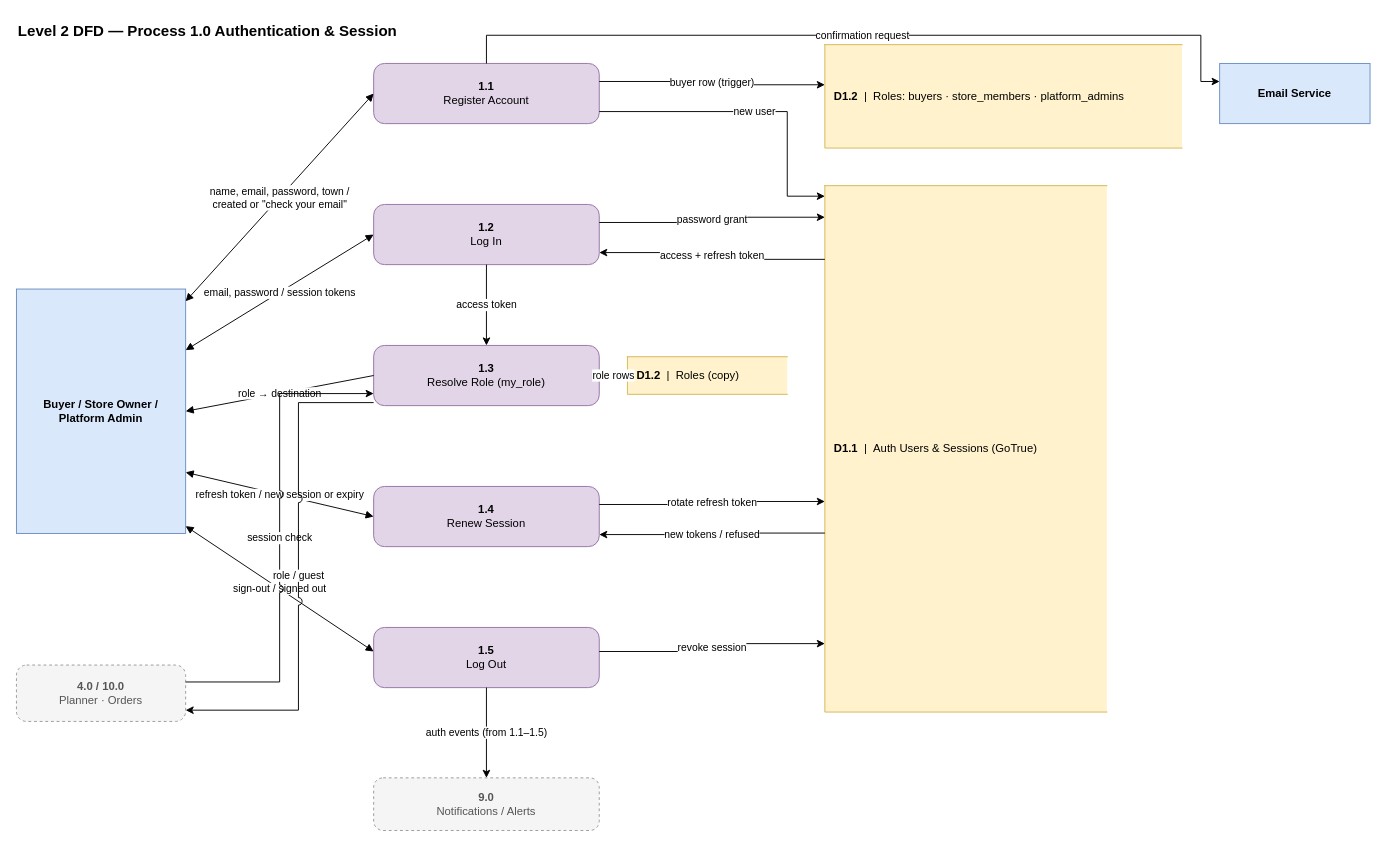
The draw.io diagram page "Level 2 — 1.0 Authentication & Session" (3 of 10) of docs/FURNISHAR-DFD-V2.drawio in Kenji0000X/FurnishAR.v1, before the edit. Source tidied: cells renumbered, new cells numbered last; positions are measured from the earlier drawing's top-left corner, leaving out a move shared by most shapes. Both pictures are drawn from the tidied source at 94%, with x=0, y=0 at pixel (16, 16).
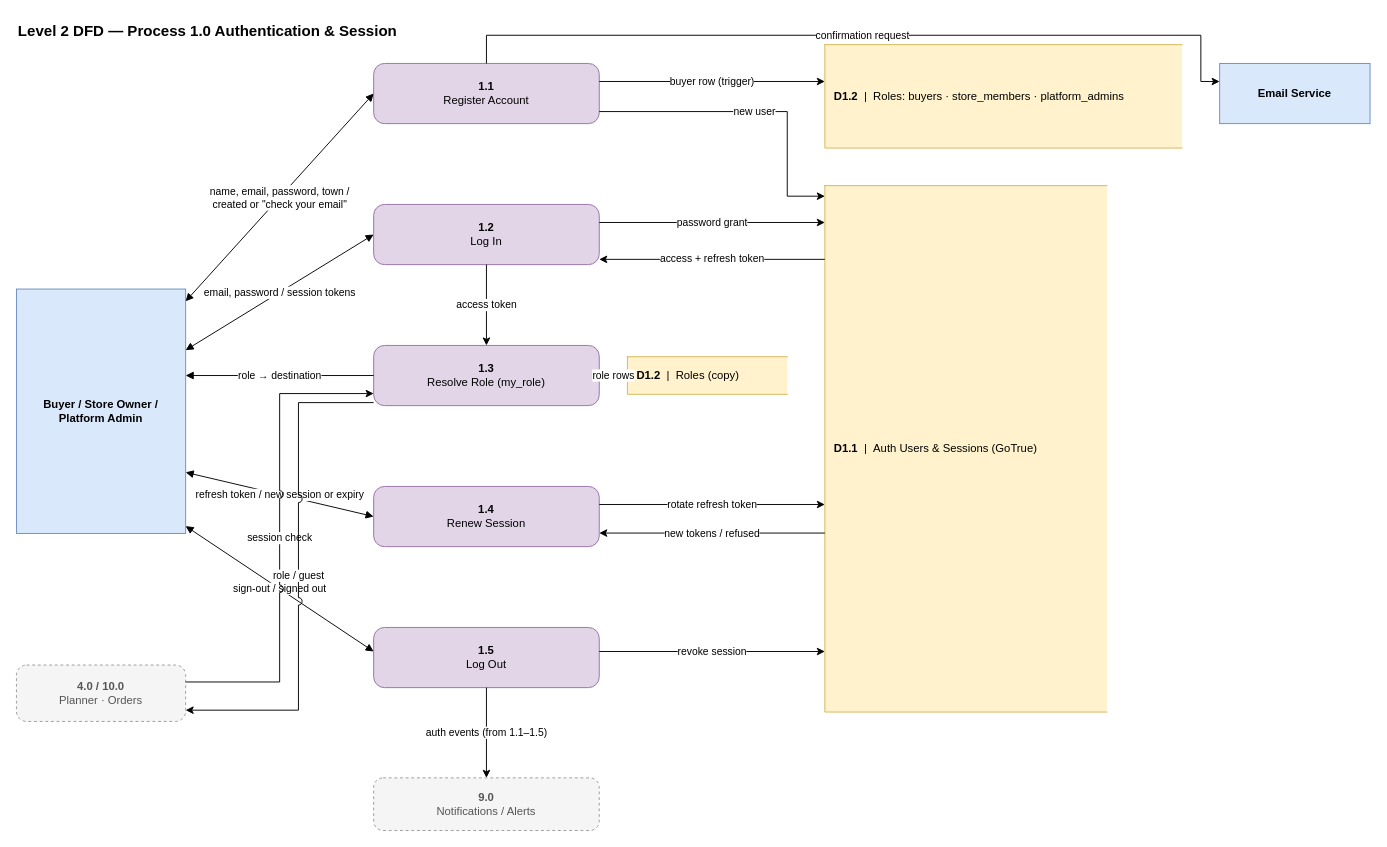
The same diagram, later.

Unchanged cells that the change refers to:
```xml
<mxCell id="3" value="Buyer / Store Owner /&lt;br&gt;Platform Admin" style="rounded=0;whiteSpace=wrap;html=1;fillColor=#dae8fc;strokeColor=#6c8ebf;fontStyle=1;" parent="1" vertex="1">
  <mxGeometry y="290" width="180" height="260" as="geometry" />
</mxCell>
<mxCell id="7" value="&lt;b&gt;1.1&lt;/b&gt;&lt;br&gt;Register Account" style="rounded=1;whiteSpace=wrap;html=1;fillColor=#e1d5e7;strokeColor=#9673a6;arcSize=18;" parent="1" vertex="1">
  <mxGeometry x="380" y="50" width="240" height="64" as="geometry" />
</mxCell>
<mxCell id="8" value="&lt;b&gt;1.2&lt;/b&gt;&lt;br&gt;Log In" style="rounded=1;whiteSpace=wrap;html=1;fillColor=#e1d5e7;strokeColor=#9673a6;arcSize=18;" parent="1" vertex="1">
  <mxGeometry x="380" y="200" width="240" height="64" as="geometry" />
</mxCell>
<mxCell id="9" value="&lt;b&gt;1.3&lt;/b&gt;&lt;br&gt;Resolve Role (my_role)" style="rounded=1;whiteSpace=wrap;html=1;fillColor=#e1d5e7;strokeColor=#9673a6;arcSize=18;" parent="1" vertex="1">
  <mxGeometry x="380" y="350" width="240" height="64" as="geometry" />
</mxCell>
<mxCell id="10" value="&lt;b&gt;1.4&lt;/b&gt;&lt;br&gt;Renew Session" style="rounded=1;whiteSpace=wrap;html=1;fillColor=#e1d5e7;strokeColor=#9673a6;arcSize=18;" parent="1" vertex="1">
  <mxGeometry x="380" y="500" width="240" height="64" as="geometry" />
</mxCell>
<mxCell id="11" value="&lt;b&gt;1.5&lt;/b&gt;&lt;br&gt;Log Out" style="rounded=1;whiteSpace=wrap;html=1;fillColor=#e1d5e7;strokeColor=#9673a6;arcSize=18;" parent="1" vertex="1">
  <mxGeometry x="380" y="650" width="240" height="64" as="geometry" />
</mxCell>
<mxCell id="12" value="&lt;b&gt;D1.1&lt;/b&gt;&amp;nbsp;&amp;nbsp;|&amp;nbsp;&amp;nbsp;Auth Users &amp;amp; Sessions (GoTrue)" style="shape=partialRectangle;whiteSpace=wrap;html=1;right=0;fillColor=#fff2cc;strokeColor=#d6b656;align=left;spacingLeft=8;" parent="1" vertex="1">
  <mxGeometry x="860" y="180" width="300" height="560" as="geometry" />
</mxCell>
<mxCell id="13" value="&lt;b&gt;D1.2&lt;/b&gt;&amp;nbsp;&amp;nbsp;|&amp;nbsp;&amp;nbsp;Roles: buyers · store_members · platform_admins" style="shape=partialRectangle;whiteSpace=wrap;html=1;right=0;fillColor=#fff2cc;strokeColor=#d6b656;align=left;spacingLeft=8;" parent="1" vertex="1">
  <mxGeometry x="860" y="30" width="380" height="110" as="geometry" />
</mxCell>
```

Diff of the diagram source:
```diff
@@
-    <mxCell id="17" value="role → destination" style="rounded=0;html=1;fontSize=11;labelBackgroundColor=#ffffff;endArrow=block;endFill=1;exitX=0;exitY=0.5;exitDx=0;exitDy=0;entryX=1;entryY=0.5;entryDx=0;entryDy=0;" parent="1" edge="1" source="9" target="3">
+    <mxCell id="17" value="role → destination" style="rounded=0;html=1;fontSize=11;labelBackgroundColor=#ffffff;endArrow=block;endFill=1;exitX=0;exitY=0.5;exitDx=0;exitDy=0;entryX=1;entryY=0.3538;entryDx=0;entryDy=0;" parent="1" edge="1" source="9" target="3">
       <mxGeometry relative="1" as="geometry" />
     </mxCell>
@@
-    <mxCell id="20" value="buyer row (trigger)" style="edgeStyle=orthogonalEdgeStyle;rounded=0;jettySize=auto;html=1;fontSize=11;labelBackgroundColor=#ffffff;jumpStyle=arc;jumpSize=8;exitX=1;exitY=0.3;exitDx=0;exitDy=0;entryX=0;entryY=0.388;entryDx=0;entryDy=0;" parent="1" edge="1" source="7" target="13">
+    <mxCell id="20" value="buyer row (trigger)" style="edgeStyle=orthogonalEdgeStyle;rounded=0;jettySize=auto;html=1;fontSize=11;labelBackgroundColor=#ffffff;jumpStyle=arc;jumpSize=8;exitX=1;exitY=0.3;exitDx=0;exitDy=0;entryX=0;entryY=0.3564;entryDx=0;entryDy=0;" parent="1" edge="1" source="7" target="13">
       <mxGeometry relative="1" as="geometry" />
     </mxCell>
@@
-    <mxCell id="23" value="password grant" style="edgeStyle=orthogonalEdgeStyle;rounded=0;jettySize=auto;html=1;fontSize=11;labelBackgroundColor=#ffffff;jumpStyle=arc;jumpSize=8;exitX=1;exitY=0.3;exitDx=0;exitDy=0;entryX=0;entryY=0.06;entryDx=0;entryDy=0;" parent="1" edge="1" source="8" target="12">
+    <mxCell id="23" value="password grant" style="edgeStyle=orthogonalEdgeStyle;rounded=0;jettySize=auto;html=1;fontSize=11;labelBackgroundColor=#ffffff;jumpStyle=arc;jumpSize=8;exitX=1;exitY=0.3;exitDx=0;exitDy=0;entryX=0;entryY=0.07;entryDx=0;entryDy=0;" parent="1" edge="1" source="8" target="12">
       <mxGeometry relative="1" as="geometry" />
     </mxCell>
-    <mxCell id="24" value="access + refresh token" style="edgeStyle=orthogonalEdgeStyle;rounded=0;jettySize=auto;html=1;fontSize=11;labelBackgroundColor=#ffffff;jumpStyle=arc;jumpSize=8;exitX=0;exitY=0.14;exitDx=0;exitDy=0;entryX=1;entryY=0.8;entryDx=0;entryDy=0;" parent="1" edge="1" source="12" target="8">
+    <mxCell id="24" value="access + refresh token" style="edgeStyle=orthogonalEdgeStyle;rounded=0;jettySize=auto;html=1;fontSize=11;labelBackgroundColor=#ffffff;jumpStyle=arc;jumpSize=8;exitX=0;exitY=0.14;exitDx=0;exitDy=0;entryX=1;entryY=0.9125;entryDx=0;entryDy=0;" parent="1" edge="1" source="12" target="8">
       <mxGeometry relative="1" as="geometry" />
     </mxCell>
@@
-    <mxCell id="29" value="rotate refresh token" style="edgeStyle=orthogonalEdgeStyle;rounded=0;jettySize=auto;html=1;fontSize=11;labelBackgroundColor=#ffffff;jumpStyle=arc;jumpSize=8;exitX=1;exitY=0.3;exitDx=0;exitDy=0;entryX=0;entryY=0.6;entryDx=0;entryDy=0;" parent="1" edge="1" source="10" target="12">
+    <mxCell id="29" value="rotate refresh token" style="edgeStyle=orthogonalEdgeStyle;rounded=0;jettySize=auto;html=1;fontSize=11;labelBackgroundColor=#ffffff;jumpStyle=arc;jumpSize=8;exitX=1;exitY=0.3;exitDx=0;exitDy=0;entryX=0;entryY=0.6057;entryDx=0;entryDy=0;" parent="1" edge="1" source="10" target="12">
       <mxGeometry relative="1" as="geometry" />
     </mxCell>
-    <mxCell id="30" value="new tokens / refused" style="edgeStyle=orthogonalEdgeStyle;rounded=0;jettySize=auto;html=1;fontSize=11;labelBackgroundColor=#ffffff;jumpStyle=arc;jumpSize=8;exitX=0;exitY=0.66;exitDx=0;exitDy=0;entryX=1;entryY=0.8;entryDx=0;entryDy=0;" parent="1" edge="1" source="12" target="10">
+    <mxCell id="30" value="new tokens / refused" style="edgeStyle=orthogonalEdgeStyle;rounded=0;jettySize=auto;html=1;fontSize=11;labelBackgroundColor=#ffffff;jumpStyle=arc;jumpSize=8;exitX=0;exitY=0.66;exitDx=0;exitDy=0;entryX=1;entryY=0.775;entryDx=0;entryDy=0;" parent="1" edge="1" source="12" target="10">
       <mxGeometry relative="1" as="geometry" />
     </mxCell>
-    <mxCell id="31" value="revoke session" style="edgeStyle=orthogonalEdgeStyle;rounded=0;jettySize=auto;html=1;fontSize=11;labelBackgroundColor=#ffffff;jumpStyle=arc;jumpSize=8;exitX=1;exitY=0.4;exitDx=0;exitDy=0;entryX=0;entryY=0.87;entryDx=0;entryDy=0;" parent="1" edge="1" source="11" target="12">
+    <mxCell id="31" value="revoke session" style="edgeStyle=orthogonalEdgeStyle;rounded=0;jettySize=auto;html=1;fontSize=11;labelBackgroundColor=#ffffff;jumpStyle=arc;jumpSize=8;exitX=1;exitY=0.4;exitDx=0;exitDy=0;entryX=0;entryY=0.885;entryDx=0;entryDy=0;" parent="1" edge="1" source="11" target="12">
       <mxGeometry relative="1" as="geometry" />
     </mxCell>
```
